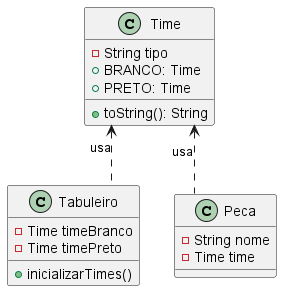
Before: out/DiagramasIMG/motivacao_com_multiton.png, a diagram exported from PlantUML (20242-ifba-saj-ads-ppr/framework-equipe5).
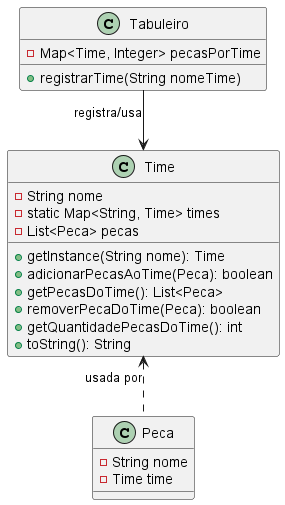
Later version of the same file.

Diff of the diagram source:
```diff
@@ -2,16 +2,20 @@
 skinparam linetype ortho
 
 class Time {
-    - String tipo
-    + BRANCO: Time
-    + PRETO: Time
+    - String nome
+    - static Map<String, Time> times
+    - List<Peca> pecas
+    + getInstance(String nome): Time
+    + adicionarPecasAoTime(Peca): boolean
+    + getPecasDoTime(): List<Peca>
+    + removerPecaDoTime(Peca): boolean
+    + getQuantidadePecasDoTime(): int
     + toString(): String
 }
 
 class Tabuleiro {
-    - Time timeBranco
-    - Time timePreto
-    + inicializarTimes()
+    - Map<Time, Integer> pecasPorTime
+    + registrarTime(String nomeTime)
 }
 
 class Peca {
@@ -19,6 +23,6 @@
     - Time time
 }
 
-Time <.. Tabuleiro : usa
-Time <.. Peca : usa
+Time <.. Peca : usada por
+Tabuleiro --> Time : registra/usa
 @enduml
```
